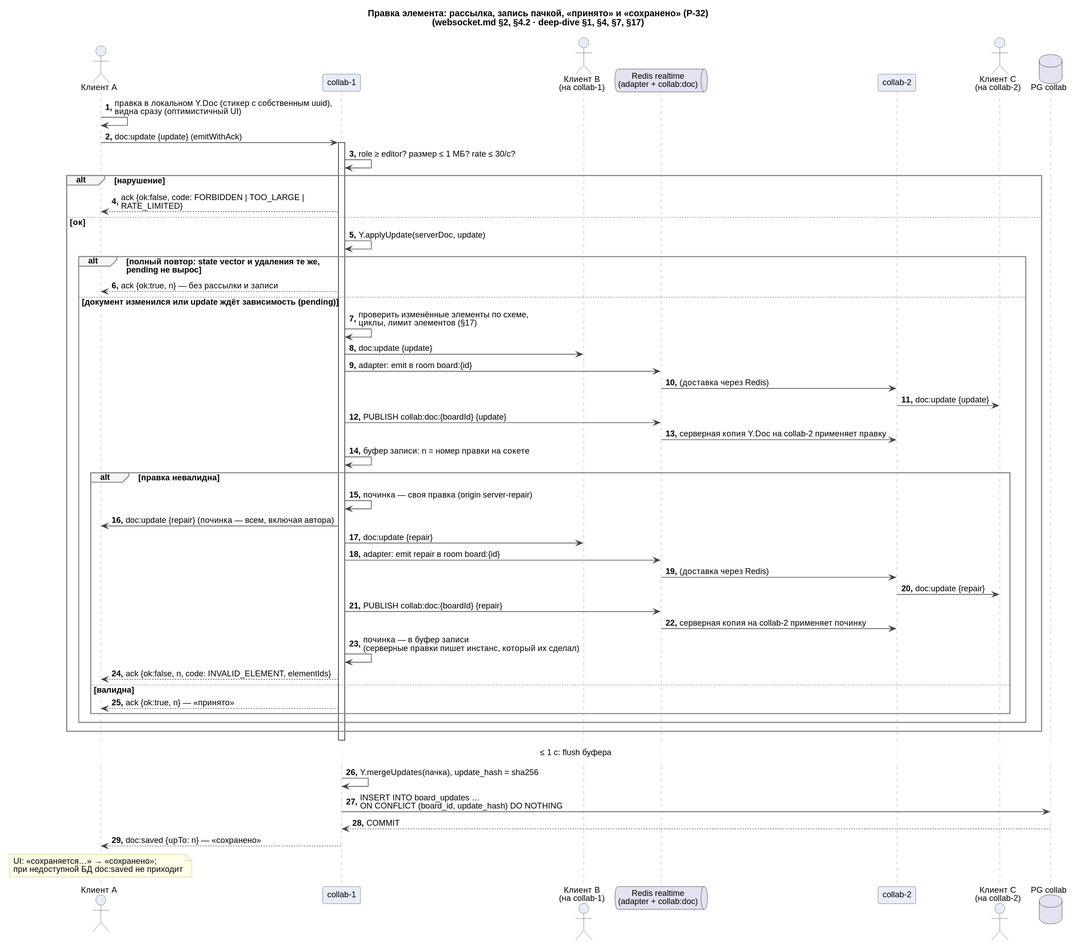
The PlantUML diagram docs/system-design/sequences/detailed/02-edit.svg in fanera-team/fanera, before a commit. Its diagram source:
```plantuml
@startuml
!include ../_style.iuml
title Правка элемента: рассылка, запись пачкой, «принято» и «сохранено» (Р-32)\n(websocket.md §2, §4.2 · deep-dive §1, §4, §7, §17)

actor "Клиент A" as A
participant "collab-1" as C1
actor "Клиент B\n(на collab-1)" as B
queue "Redis realtime\n(adapter + collab:doc)" as R
participant "collab-2" as C2
actor "Клиент C\n(на collab-2)" as C
database "PG collab" as PG

A -> A : правка в локальном Y.Doc (стикер с собственным uuid),\nвидна сразу (оптимистичный UI)
A -> C1 : doc:update {update} (emitWithAck)
activate C1
C1 -> C1 : role ≥ editor? размер ≤ 1 МБ? rate ≤ 30/с?
alt нарушение
  C1 --> A : ack {ok:false, code: FORBIDDEN | TOO_LARGE | RATE_LIMITED}
else ок
  C1 -> C1 : Y.applyUpdate(serverDoc, update)
  alt полный повтор: state vector и удаления те же,\npending не вырос

    C1 --> A : ack {ok:true, n} — без рассылки и записи
  else документ изменился или update ждёт зависимость (pending)
    C1 -> C1 : проверить изменённые элементы по схеме,\nциклы, лимит элементов (§17)
    C1 -> B : doc:update {update}
    C1 -> R : adapter: emit в room board:{id}
    R -> C2 : (доставка через Redis)
    C2 -> C : doc:update {update}
    C1 -> R : PUBLISH collab:doc:{boardId} {update}
    R -> C2 : серверная копия Y.Doc на collab-2 применяет правку
    C1 -> C1 : буфер записи: n = номер правки на сокете
    alt правка невалидна
      C1 -> C1 : починка — своя правка (origin server-repair)
      C1 -> A : doc:update {repair} (починка — всем, включая автора)
      C1 -> B : doc:update {repair}
      C1 -> R : adapter: emit repair в room board:{id}
      R -> C2 : (доставка через Redis)
      C2 -> C : doc:update {repair}
      C1 -> R : PUBLISH collab:doc:{boardId} {repair}
      R -> C2 : серверная копия на collab-2 применяет починку
      C1 -> C1 : починка — в буфер записи\n(серверные правки пишет инстанс, который их сделал)
      C1 --> A : ack {ok:false, n, code: INVALID_ELEMENT, elementIds}
    else валидна
      C1 --> A : ack {ok:true, n} — «принято»
    end
  end
end
deactivate C1

... ≤ 1 с: flush буфера ...

C1 -> C1 : Y.mergeUpdates(пачка), update_hash = sha256
C1 -> PG : INSERT INTO board_updates …\nON CONFLICT (board_id, update_hash) DO NOTHING
PG --> C1 : COMMIT
C1 --> A : doc:saved {upTo: n} — «сохранено»
note over A : UI: «сохраняется…» → «сохранено»;\nпри недоступной БД doc:saved не приходит
@enduml
```
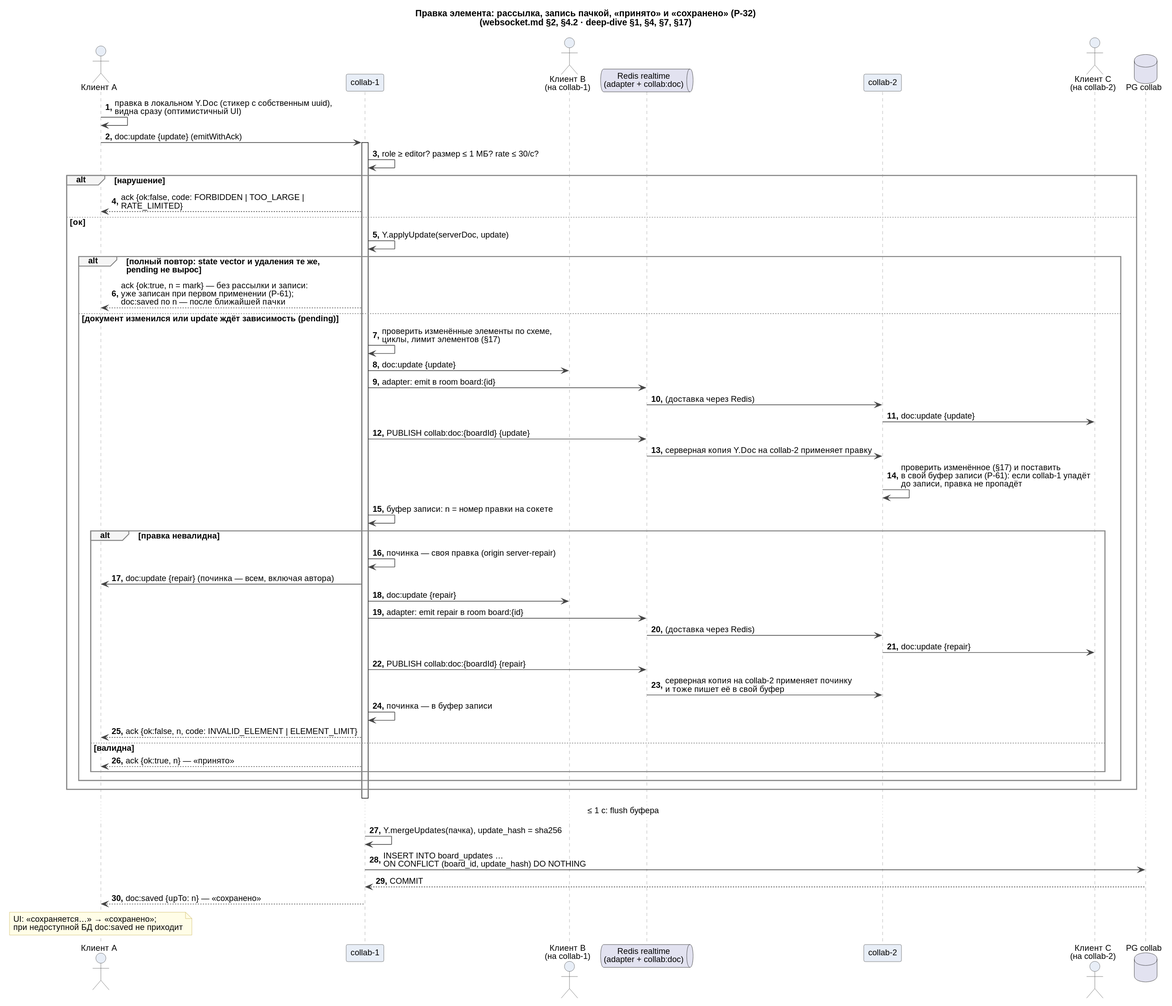
Later version of the same file.

Diff of the diagram source:
```diff
@@ -20,7 +20,7 @@
   C1 -> C1 : Y.applyUpdate(serverDoc, update)
   alt полный повтор: state vector и удаления те же,\npending не вырос
 
-    C1 --> A : ack {ok:true, n} — без рассылки и записи
+    C1 --> A : ack {ok:true, n = mark} — без рассылки и записи:\nуже записан при первом применении (Р-61);\ndoc:saved по n — после ближайшей пачки
   else документ изменился или update ждёт зависимость (pending)
     C1 -> C1 : проверить изменённые элементы по схеме,\nциклы, лимит элементов (§17)
     C1 -> B : doc:update {update}
@@ -29,6 +29,7 @@
     C2 -> C : doc:update {update}
     C1 -> R : PUBLISH collab:doc:{boardId} {update}
     R -> C2 : серверная копия Y.Doc на collab-2 применяет правку
+    C2 -> C2 : проверить изменённое (§17) и поставить\nв свой буфер записи (Р-61): если collab-1 упадёт\nдо записи, правка не пропадёт
     C1 -> C1 : буфер записи: n = номер правки на сокете
     alt правка невалидна
       C1 -> C1 : починка — своя правка (origin server-repair)
@@ -38,9 +39,9 @@
       R -> C2 : (доставка через Redis)
       C2 -> C : doc:update {repair}
       C1 -> R : PUBLISH collab:doc:{boardId} {repair}
-      R -> C2 : серверная копия на collab-2 применяет починку
-      C1 -> C1 : починка — в буфер записи\n(серверные правки пишет инстанс, который их сделал)
-      C1 --> A : ack {ok:false, n, code: INVALID_ELEMENT, elementIds}
+      R -> C2 : серверная копия на collab-2 применяет починку\nи тоже пишет её в свой буфер
+      C1 -> C1 : починка — в буфер записи
+      C1 --> A : ack {ok:false, n, code: INVALID_ELEMENT | ELEMENT_LIMIT}
     else валидна
       C1 --> A : ack {ok:true, n} — «принято»
     end
```
